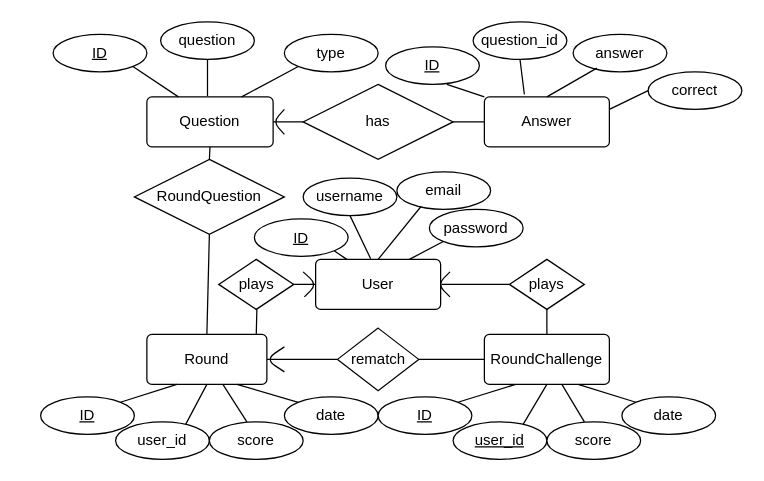
Earlier version of the draw.io diagram page "Entity–relationship model" (2 of 2) of document/UML-overview.drawio (PieFreak/LMTX38). Source tidied: cells renumbered, new cells numbered last; positions are measured from the earlier drawing's top-left corner, leaving out a move shared by most shapes. Both pictures are drawn from the tidied source at 125%, with x=0, y=0 at pixel (40, 21).
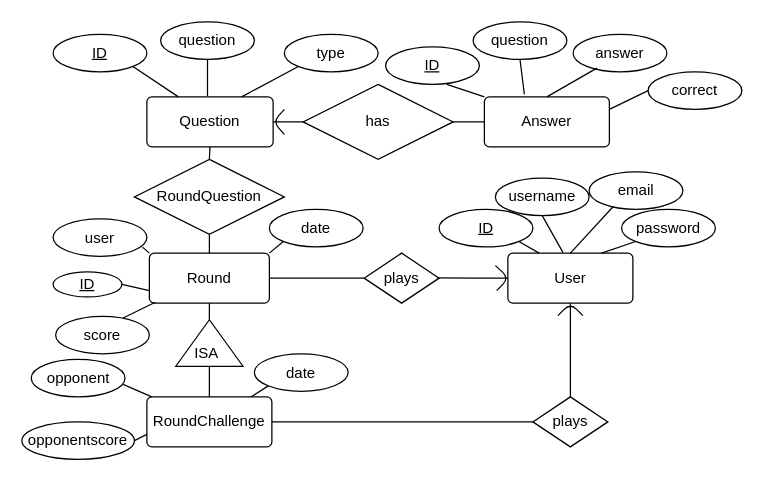
The same diagram, later.

What changed in the source:
```diff
@@
+    <mxCell id="64" style="triangle;whiteSpace=wrap;html=1;rotation=-90;direction=east;" parent="1" vertex="1">
+      <mxGeometry x="116.4" y="230" width="37.2" height="53.8" as="geometry" />
+    </mxCell>
-    <mxCell id="2" style="edgeStyle=orthogonalEdgeStyle;rounded=0;jettySize=auto;html=1;endArrow=none;endFill=0;" parent="1" edge="1" source="3" target="60">
+    <mxCell id="2" style="edgeStyle=orthogonalEdgeStyle;rounded=0;jettySize=auto;html=1;endArrow=none;endFill=0;exitX=1;exitY=0.5;exitDx=0;exitDy=0;" parent="1" edge="1" source="19" target="60">
       <mxGeometry relative="1" as="geometry" />
     </mxCell>
     <mxCell id="3" value="&lt;div&gt;User&lt;/div&gt;" style="rounded=1;arcSize=10;whiteSpace=wrap;html=1;align=center;" parent="1" vertex="1">
-      <mxGeometry x="220" y="190" width="100" height="40" as="geometry" />
+      <mxGeometry x="373.8" y="185" width="100" height="40" as="geometry" />
     </mxCell>
     <mxCell id="4" value="ID" style="ellipse;whiteSpace=wrap;html=1;align=center;fontStyle=4;" parent="1" vertex="1">
-      <mxGeometry x="171" y="157.5" width="75" height="30" as="geometry" />
+      <mxGeometry x="318.8" y="150" width="75" height="30" as="geometry" />
     </mxCell>
@@
     <mxCell id="6" value="username" style="ellipse;whiteSpace=wrap;html=1;align=center;" parent="1" vertex="1">
-      <mxGeometry x="210" y="125" width="75" height="30" as="geometry" />
+      <mxGeometry x="363.8" y="125" width="75" height="30" as="geometry" />
     </mxCell>
     <mxCell id="7" value="password" style="ellipse;whiteSpace=wrap;html=1;align=center;" parent="1" vertex="1">
-      <mxGeometry x="311" y="150" width="75" height="30" as="geometry" />
+      <mxGeometry x="464.8" y="150" width="75" height="30" as="geometry" />
     </mxCell>
@@
     <mxCell id="9" value="&lt;div&gt;email&lt;/div&gt;" style="ellipse;whiteSpace=wrap;html=1;align=center;" parent="1" vertex="1">
-      <mxGeometry x="285" y="120" width="75" height="30" as="geometry" />
+      <mxGeometry x="438.8" y="120" width="75" height="30" as="geometry" />
     </mxCell>
@@
     <mxCell id="19" value="Round" style="rounded=1;arcSize=10;whiteSpace=wrap;html=1;align=center;shadow=0;" parent="1" vertex="1">
-      <mxGeometry x="85" y="250" width="96" height="40" as="geometry" />
+      <mxGeometry x="87" y="185" width="96" height="40" as="geometry" />
     </mxCell>
     <mxCell id="20" value="ID" style="ellipse;whiteSpace=wrap;html=1;align=center;fontStyle=4;" parent="1" vertex="1">
-      <mxGeometry y="300" width="75" height="30" as="geometry" />
+      <mxGeometry x="10" y="200" width="55" height="20" as="geometry" />
     </mxCell>
-    <mxCell id="21" style="endArrow=none;html=1;rounded=0;exitX=1;exitY=0;exitDx=0;exitDy=0;entryX=0.25;entryY=1;entryDx=0;entryDy=0;" parent="1" edge="1" source="20" target="19">
+    <mxCell id="21" style="endArrow=none;html=1;rounded=0;exitX=1;exitY=0.5;exitDx=0;exitDy=0;entryX=0;entryY=0.75;entryDx=0;entryDy=0;" parent="1" edge="1" source="20" target="19">
       <mxGeometry relative="1" as="geometry" />
     </mxCell>
-    <mxCell id="22" value="user_id" style="ellipse;whiteSpace=wrap;html=1;align=center;" parent="1" vertex="1">
-      <mxGeometry x="60" y="320" width="75" height="30" as="geometry" />
+    <mxCell id="22" value="user" style="ellipse;whiteSpace=wrap;html=1;align=center;" parent="1" vertex="1">
+      <mxGeometry x="10" y="157.5" width="75" height="30" as="geometry" />
     </mxCell>
     <mxCell id="23" value="date" style="ellipse;whiteSpace=wrap;html=1;align=center;" parent="1" vertex="1">
-      <mxGeometry x="195" y="300" width="75" height="30" as="geometry" />
+      <mxGeometry x="183" y="150" width="75" height="30" as="geometry" />
     </mxCell>
-    <mxCell id="24" style="endArrow=none;html=1;rounded=0;exitX=0.5;exitY=1;exitDx=0;exitDy=0;entryX=0.747;entryY=0.067;entryDx=0;entryDy=0;entryPerimeter=0;" parent="1" edge="1" source="19" target="22">
+    <mxCell id="24" style="endArrow=none;html=1;rounded=0;exitX=0;exitY=0;exitDx=0;exitDy=0;entryX=0.953;entryY=0.757;entryDx=0;entryDy=0;entryPerimeter=0;" parent="1" edge="1" source="19" target="22">
       <mxGeometry relative="1" as="geometry" />
     </mxCell>
     <mxCell id="25" value="score" style="ellipse;whiteSpace=wrap;html=1;align=center;" parent="1" vertex="1">
-      <mxGeometry x="135" y="320" width="75" height="30" as="geometry" />
+      <mxGeometry x="12" y="235.5" width="75" height="30" as="geometry" />
     </mxCell>
-    <mxCell id="26" style="endArrow=none;html=1;rounded=0;entryX=0.4;entryY=0;entryDx=0;entryDy=0;entryPerimeter=0;" parent="1" edge="1" source="19" target="25">
+    <mxCell id="26" style="endArrow=none;html=1;rounded=0;entryX=0.72;entryY=0.046;entryDx=0;entryDy=0;entryPerimeter=0;exitX=0.049;exitY=0.982;exitDx=0;exitDy=0;exitPerimeter=0;" parent="1" edge="1" source="19" target="25">
       <mxGeometry relative="1" as="geometry" />
     </mxCell>
-    <mxCell id="27" style="endArrow=none;html=1;rounded=0;entryX=0;entryY=0;entryDx=0;entryDy=0;exitX=0.75;exitY=1;exitDx=0;exitDy=0;" parent="1" edge="1" source="19" target="23">
+    <mxCell id="27" style="endArrow=none;html=1;rounded=0;entryX=0;entryY=1;entryDx=0;entryDy=0;exitX=1;exitY=0;exitDx=0;exitDy=0;" parent="1" edge="1" source="19" target="23">
       <mxGeometry relative="1" as="geometry" />
     </mxCell>
@@
-    <mxCell id="32" value="question_id" style="ellipse;whiteSpace=wrap;html=1;align=center;" parent="1" vertex="1">
+    <mxCell id="32" value="question" style="ellipse;whiteSpace=wrap;html=1;align=center;" parent="1" vertex="1">
       <mxGeometry x="346" width="75" height="30" as="geometry" />
     </mxCell>
@@
-    <mxCell id="43" style="endArrow=none;html=1;rounded=0;entryX=0;entryY=0.5;entryDx=0;entryDy=0;" parent="1" edge="1" target="44">
-      <mxGeometry relative="1" as="geometry">
-        <mxPoint x="321" y="210" as="sourcePoint" />
-      </mxGeometry>
+    <mxCell id="43" style="endArrow=none;html=1;rounded=0;entryX=0.5;entryY=0;entryDx=0;entryDy=0;exitX=0.5;exitY=1;exitDx=0;exitDy=0;" parent="1" edge="1" source="3" target="44">
+      <mxGeometry relative="1" as="geometry" />
     </mxCell>
     <mxCell id="44" value="plays" style="rhombus;whiteSpace=wrap;html=1;" parent="1" vertex="1">
-      <mxGeometry x="375" y="190" width="60" height="40" as="geometry" />
+      <mxGeometry x="393.8" y="300" width="60" height="40" as="geometry" />
     </mxCell>
@@
-    <mxCell id="46" value="ID" style="ellipse;whiteSpace=wrap;html=1;align=center;fontStyle=4;" parent="1" vertex="1">
-      <mxGeometry x="270" y="300" width="75" height="30" as="geometry" />
-    </mxCell>
-    <mxCell id="47" style="endArrow=none;html=1;rounded=0;exitX=1;exitY=0;exitDx=0;exitDy=0;entryX=0.25;entryY=1;entryDx=0;entryDy=0;" parent="1" edge="1" source="46" target="54">
-      <mxGeometry relative="1" as="geometry" />
-    </mxCell>
     <mxCell id="48" value="date" style="ellipse;whiteSpace=wrap;html=1;align=center;" parent="1" vertex="1">
-      <mxGeometry x="465" y="300" width="75" height="30" as="geometry" />
+      <mxGeometry x="171" y="265.5" width="75" height="30" as="geometry" />
     </mxCell>
-    <mxCell id="49" style="endArrow=none;html=1;rounded=0;exitX=0.5;exitY=1;exitDx=0;exitDy=0;entryX=0.747;entryY=0.067;entryDx=0;entryDy=0;entryPerimeter=0;" parent="1" edge="1" source="54">
+    <mxCell id="49" style="endArrow=none;html=1;rounded=0;exitX=0.5;exitY=1;exitDx=0;exitDy=0;entryX=0.747;entryY=0.067;entryDx=0;entryDy=0;entryPerimeter=0;" parent="1" edge="1">
       <mxGeometry relative="1" as="geometry">
-        <mxPoint x="386" y="322" as="targetPoint" />
+        <mxPoint x="119.1" y="300" as="sourcePoint" />
+        <mxPoint x="100.1" y="332" as="targetPoint" />
       </mxGeometry>
     </mxCell>
-    <mxCell id="50" style="endArrow=none;html=1;rounded=0;entryX=0.4;entryY=0;entryDx=0;entryDy=0;entryPerimeter=0;" parent="1" edge="1" source="54">
+    <mxCell id="50" style="endArrow=none;html=1;rounded=0;entryX=0.4;entryY=0;entryDx=0;entryDy=0;entryPerimeter=0;" parent="1" edge="1">
       <mxGeometry relative="1" as="geometry">
-        <mxPoint x="435" y="320" as="targetPoint" />
+        <mxPoint x="131.1" y="300" as="sourcePoint" />
+        <mxPoint x="149.1" y="330" as="targetPoint" />
       </mxGeometry>
     </mxCell>
-    <mxCell id="51" style="endArrow=none;html=1;rounded=0;entryX=0;entryY=0;entryDx=0;entryDy=0;exitX=0.75;exitY=1;exitDx=0;exitDy=0;" parent="1" edge="1" source="54" target="48">
+    <mxCell id="51" style="endArrow=none;html=1;rounded=0;entryX=0;entryY=1;entryDx=0;entryDy=0;exitX=0.82;exitY=0.022;exitDx=0;exitDy=0;exitPerimeter=0;" parent="1" edge="1" source="54" target="48">
       <mxGeometry relative="1" as="geometry" />
     </mxCell>
@@
-    <mxCell id="53" style="edgeStyle=orthogonalEdgeStyle;rounded=0;jettySize=auto;html=1;endArrow=none;endFill=0;" parent="1" edge="1" source="54" target="58">
+    <mxCell id="53" style="edgeStyle=orthogonalEdgeStyle;rounded=0;jettySize=auto;html=1;endArrow=none;endFill=0;entryX=0;entryY=0.5;entryDx=0;entryDy=0;" parent="1" edge="1" source="54" target="64">
       <mxGeometry relative="1" as="geometry" />
     </mxCell>
     <mxCell id="54" value="RoundChallenge" style="rounded=1;arcSize=10;whiteSpace=wrap;html=1;align=center;shadow=0;" parent="1" vertex="1">
-      <mxGeometry x="355" y="250" width="100" height="40" as="geometry" />
+      <mxGeometry x="85" y="300" width="100" height="40" as="geometry" />
     </mxCell>
-    <mxCell id="55" value="&lt;u&gt;user_id&lt;/u&gt;" style="ellipse;whiteSpace=wrap;html=1;align=center;" parent="1" vertex="1">
-      <mxGeometry x="330" y="320" width="75" height="30" as="geometry" />
+    <mxCell id="55" value="opponent" style="ellipse;whiteSpace=wrap;html=1;align=center;" parent="1" vertex="1">
+      <mxGeometry x="-7.5" y="270" width="75" height="30" as="geometry" />
     </mxCell>
-    <mxCell id="56" value="score" style="ellipse;whiteSpace=wrap;html=1;align=center;" parent="1" vertex="1">
-      <mxGeometry x="405" y="320" width="75" height="30" as="geometry" />
+    <mxCell id="56" value="opponentscore" style="ellipse;whiteSpace=wrap;html=1;align=center;" parent="1" vertex="1">
+      <mxGeometry x="-15" y="320" width="90" height="30" as="geometry" />
     </mxCell>
-    <mxCell id="57" style="endArrow=none;html=1;rounded=0;entryX=0;entryY=0.5;entryDx=0;entryDy=0;" parent="1" edge="1" target="58">
-      <mxGeometry relative="1" as="geometry">
-        <mxPoint x="181" y="270" as="sourcePoint" />
-      </mxGeometry>
+    <mxCell id="57" style="endArrow=none;html=1;rounded=0;exitX=0.98;exitY=0.667;exitDx=0;exitDy=0;exitPerimeter=0;" parent="1" edge="1" source="55" target="54">
+      <mxGeometry relative="1" as="geometry" />
     </mxCell>
-    <mxCell id="58" value="rematch" style="rhombus;whiteSpace=wrap;html=1;" parent="1" vertex="1">
-      <mxGeometry x="237.5" y="245" width="65" height="50" as="geometry" />
-    </mxCell>
     <mxCell id="59" style="endArrow=none;html=1;rounded=1;endFill=0;startArrow=none;startFill=0;" parent="1" edge="1">
       <mxGeometry relative="1" as="geometry">
-        <mxPoint x="211" y="220" as="sourcePoint" />
-        <mxPoint x="210" y="200" as="targetPoint" />
+        <mxPoint x="364.8" y="215" as="sourcePoint" />
+        <mxPoint x="363.8" y="195" as="targetPoint" />
         <Array as="points">
-          <mxPoint x="221" y="210" />
+          <mxPoint x="374.8" y="205" />
         </Array>
       </mxGeometry>
     </mxCell>
     <mxCell id="60" value="plays" style="rhombus;whiteSpace=wrap;html=1;" parent="1" vertex="1">
-      <mxGeometry x="142.5" y="190" width="60" height="40" as="geometry" />
+      <mxGeometry x="258.8" y="185" width="60" height="40" as="geometry" />
     </mxCell>
-    <mxCell id="61" style="edgeStyle=orthogonalEdgeStyle;rounded=0;jettySize=auto;html=1;endArrow=none;endFill=0;" parent="1" edge="1" target="60">
-      <mxGeometry relative="1" as="geometry">
-        <mxPoint x="172.5" y="250" as="sourcePoint" />
-      </mxGeometry>
-    </mxCell>
-    <mxCell id="62" style="endArrow=none;html=1;rounded=1;endFill=0;startArrow=none;startFill=0;" parent="1" edge="1">
-      <mxGeometry relative="1" as="geometry">
-        <mxPoint x="195" y="280" as="sourcePoint" />
-        <mxPoint x="195" y="260" as="targetPoint" />
-        <Array as="points">
-          <mxPoint x="180" y="270" />
-        </Array>
-      </mxGeometry>
-    </mxCell>
     <mxCell id="63" style="endArrow=none;html=1;rounded=1;endFill=0;startArrow=none;startFill=0;" parent="1" edge="1">
       <mxGeometry relative="1" as="geometry">
-        <mxPoint x="327.5" y="220" as="sourcePoint" />
-        <mxPoint x="327.5" y="200" as="targetPoint" />
+        <mxPoint x="413.8" y="235" as="sourcePoint" />
+        <mxPoint x="433.8" y="235" as="targetPoint" />
         <Array as="points">
-          <mxPoint x="317.5" y="210" />
+          <mxPoint x="423.8" y="225" />
         </Array>
       </mxGeometry>
     </mxCell>
+    <mxCell id="65" value="ISA" style="text;html=1;strokeColor=none;fillColor=none;align=center;verticalAlign=middle;whiteSpace=wrap;rounded=0;" parent="1" vertex="1">
+      <mxGeometry x="102.7" y="250" width="60" height="30" as="geometry" />
+    </mxCell>
+    <mxCell id="66" style="endArrow=none;html=1;rounded=0;entryX=1;entryY=0.5;entryDx=0;entryDy=0;exitX=0.5;exitY=1;exitDx=0;exitDy=0;" parent="1" edge="1" source="19" target="64">
+      <mxGeometry relative="1" as="geometry" />
+    </mxCell>
+    <mxCell id="67" style="edgeStyle=orthogonalEdgeStyle;rounded=0;jettySize=auto;html=1;endArrow=none;endFill=0;exitX=0.97;exitY=0.497;exitDx=0;exitDy=0;exitPerimeter=0;" parent="1" edge="1" source="60">
+      <mxGeometry relative="1" as="geometry">
+        <mxPoint x="373.8" y="204.9" as="targetPoint" />
+      </mxGeometry>
+    </mxCell>
+    <mxCell id="68" style="endArrow=none;html=1;rounded=0;entryX=1;entryY=0.5;entryDx=0;entryDy=0;exitX=0;exitY=0.75;exitDx=0;exitDy=0;" parent="1" edge="1" source="54" target="56">
+      <mxGeometry relative="1" as="geometry" />
+    </mxCell>
```
